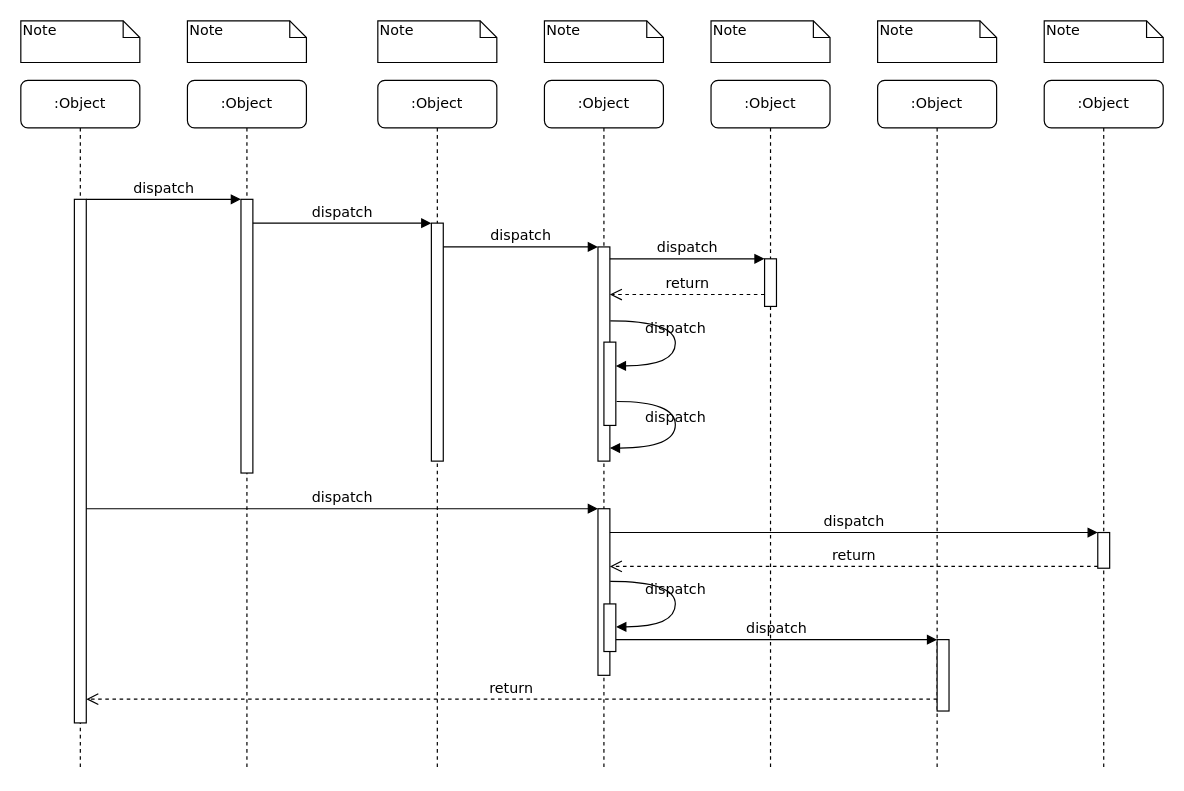
lz111676/Drawing-Bed keeps this draw.io diagram as 未命名绘图.drawio. Above is the earlier version. Source tidied: cells renumbered, new cells numbered last; positions are measured from the earlier drawing's top-left corner, leaving out a move shared by most shapes. Both pictures are drawn from the tidied source at 119%, with x=0, y=0 at pixel (20, 20).
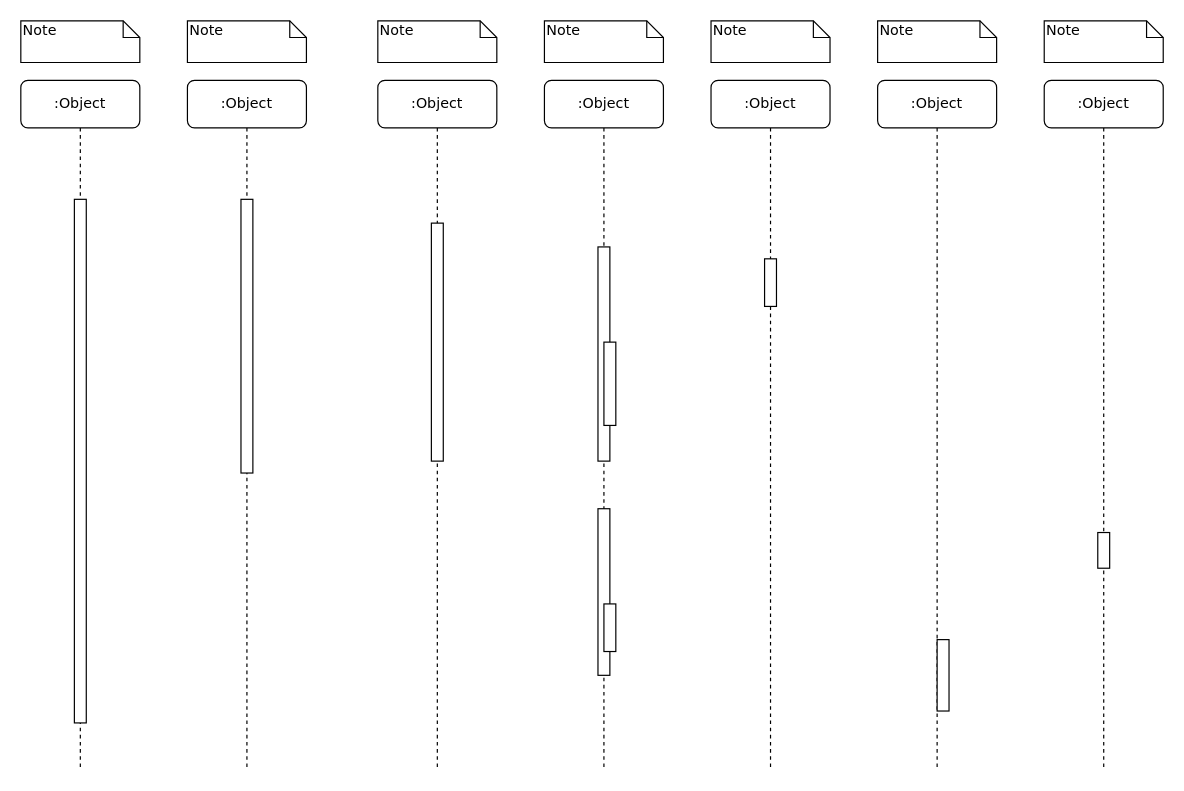
The same diagram, later.

Commit message:
lk加载到kernel阶段时序图.drawio

The change refers to these unchanged cells:
```xml
<mxCell id="3" style="html=1;points=[];perimeter=orthogonalPerimeter;rounded=0;shadow=0;comic=0;labelBackgroundColor=none;strokeWidth=1;fontFamily=Verdana;fontSize=12;align=center;" parent="2" vertex="1">
  <mxGeometry x="45" y="100" width="10" height="230" as="geometry" />
</mxCell>
<mxCell id="5" style="html=1;points=[];perimeter=orthogonalPerimeter;rounded=0;shadow=0;comic=0;labelBackgroundColor=none;strokeWidth=1;fontFamily=Verdana;fontSize=12;align=center;" parent="4" vertex="1">
  <mxGeometry x="45" y="120" width="10" height="200" as="geometry" />
</mxCell>
<mxCell id="11" style="html=1;points=[];perimeter=orthogonalPerimeter;rounded=0;shadow=0;comic=0;labelBackgroundColor=none;strokeWidth=1;fontFamily=Verdana;fontSize=12;align=center;" parent="10" vertex="1">
  <mxGeometry x="45" y="100" width="10" height="440" as="geometry" />
</mxCell>
<mxCell id="12" style="html=1;points=[];perimeter=orthogonalPerimeter;rounded=0;shadow=0;comic=0;labelBackgroundColor=none;strokeWidth=1;fontFamily=Verdana;fontSize=12;align=center;" parent="1" vertex="1">
  <mxGeometry x="485" y="190" width="10" height="180" as="geometry" />
</mxCell>
<mxCell id="14" style="html=1;points=[];perimeter=orthogonalPerimeter;rounded=0;shadow=0;comic=0;labelBackgroundColor=none;strokeWidth=1;fontFamily=Verdana;fontSize=12;align=center;" parent="1" vertex="1">
  <mxGeometry x="625" y="200" width="10" height="40" as="geometry" />
</mxCell>
<mxCell id="17" style="html=1;points=[];perimeter=orthogonalPerimeter;rounded=0;shadow=0;comic=0;labelBackgroundColor=none;strokeWidth=1;fontFamily=Verdana;fontSize=12;align=center;" parent="1" vertex="1">
  <mxGeometry x="485" y="410" width="10" height="140" as="geometry" />
</mxCell>
<mxCell id="19" style="html=1;points=[];perimeter=orthogonalPerimeter;rounded=0;shadow=0;comic=0;labelBackgroundColor=none;strokeColor=#000000;strokeWidth=1;fillColor=#FFFFFF;fontFamily=Verdana;fontSize=12;fontColor=#000000;align=center;" parent="1" vertex="1">
  <mxGeometry x="905" y="430" width="10" height="30" as="geometry" />
</mxCell>
<mxCell id="22" style="html=1;points=[];perimeter=orthogonalPerimeter;rounded=0;shadow=0;comic=0;labelBackgroundColor=none;strokeWidth=1;fontFamily=Verdana;fontSize=12;align=center;" parent="1" vertex="1">
  <mxGeometry x="770" y="520" width="10" height="60" as="geometry" />
</mxCell>
<mxCell id="27" style="html=1;points=[];perimeter=orthogonalPerimeter;rounded=0;shadow=0;comic=0;labelBackgroundColor=none;strokeWidth=1;fontFamily=Verdana;fontSize=12;align=center;" parent="1" vertex="1">
  <mxGeometry x="490" y="270" width="10" height="70" as="geometry" />
</mxCell>
<mxCell id="30" style="html=1;points=[];perimeter=orthogonalPerimeter;rounded=0;shadow=0;comic=0;labelBackgroundColor=none;strokeWidth=1;fontFamily=Verdana;fontSize=12;align=center;" parent="1" vertex="1">
  <mxGeometry x="490" y="490" width="10" height="40" as="geometry" />
</mxCell>
```

Diff of the diagram source:
```diff
@@
-    <mxCell id="13" value="dispatch" style="html=1;verticalAlign=bottom;endArrow=block;labelBackgroundColor=none;fontFamily=Verdana;fontSize=12;edgeStyle=elbowEdgeStyle;elbow=vertical;" parent="1" edge="1" source="5" target="12">
-      <mxGeometry relative="1" as="geometry">
-        <Array as="points">
-          <mxPoint x="360" y="190" />
-        </Array>
-      </mxGeometry>
-    </mxCell>
@@
-    <mxCell id="15" value="dispatch" style="html=1;verticalAlign=bottom;endArrow=block;entryX=0;entryY=0;labelBackgroundColor=none;fontFamily=Verdana;fontSize=12;edgeStyle=elbowEdgeStyle;elbow=vertical;" parent="1" edge="1" source="12" target="14">
-      <mxGeometry relative="1" as="geometry" />
-    </mxCell>
-    <mxCell id="16" value="return" style="html=1;verticalAlign=bottom;endArrow=open;dashed=1;endSize=8;labelBackgroundColor=none;fontFamily=Verdana;fontSize=12;edgeStyle=elbowEdgeStyle;elbow=vertical;" parent="1" edge="1" source="14" target="12">
-      <mxGeometry relative="1" as="geometry">
-        <Array as="points">
-          <mxPoint x="570" y="230" />
-          <mxPoint x="600" y="230" />
-        </Array>
-      </mxGeometry>
-    </mxCell>
@@
-    <mxCell id="18" value="dispatch" style="html=1;verticalAlign=bottom;endArrow=block;entryX=0;entryY=0;labelBackgroundColor=none;fontFamily=Verdana;fontSize=12;" parent="1" edge="1" source="11" target="17">
-      <mxGeometry relative="1" as="geometry" />
-    </mxCell>
@@
-    <mxCell id="20" value="dispatch" style="html=1;verticalAlign=bottom;endArrow=block;entryX=0;entryY=0;labelBackgroundColor=none;fontFamily=Verdana;fontSize=12;" parent="1" edge="1" source="17" target="19">
-      <mxGeometry relative="1" as="geometry" />
-    </mxCell>
-    <mxCell id="21" value="return" style="html=1;verticalAlign=bottom;endArrow=open;dashed=1;endSize=8;exitX=0;exitY=0.95;labelBackgroundColor=none;fontFamily=Verdana;fontSize=12;" parent="1" edge="1" source="19" target="17">
-      <mxGeometry relative="1" as="geometry" />
-    </mxCell>
@@
-    <mxCell id="23" value="dispatch" style="html=1;verticalAlign=bottom;endArrow=block;entryX=0;entryY=0;labelBackgroundColor=none;fontFamily=Verdana;fontSize=12;edgeStyle=elbowEdgeStyle;elbow=vertical;" parent="1" edge="1" source="30" target="22">
-      <mxGeometry relative="1" as="geometry" />
-    </mxCell>
-    <mxCell id="24" value="return" style="html=1;verticalAlign=bottom;endArrow=open;dashed=1;endSize=8;labelBackgroundColor=none;fontFamily=Verdana;fontSize=12;edgeStyle=elbowEdgeStyle;elbow=vertical;" parent="1" edge="1" source="22" target="11">
-      <mxGeometry relative="1" as="geometry">
-        <Array as="points">
-          <mxPoint x="470" y="570" />
-        </Array>
-      </mxGeometry>
-    </mxCell>
-    <mxCell id="25" value="dispatch" style="html=1;verticalAlign=bottom;endArrow=block;entryX=0;entryY=0;labelBackgroundColor=none;fontFamily=Verdana;fontSize=12;edgeStyle=elbowEdgeStyle;elbow=vertical;" parent="1" edge="1" source="11" target="3">
-      <mxGeometry relative="1" as="geometry" />
-    </mxCell>
-    <mxCell id="26" value="dispatch" style="html=1;verticalAlign=bottom;endArrow=block;entryX=0;entryY=0;labelBackgroundColor=none;fontFamily=Verdana;fontSize=12;edgeStyle=elbowEdgeStyle;elbow=vertical;" parent="1" edge="1" source="3" target="5">
-      <mxGeometry relative="1" as="geometry" />
-    </mxCell>
@@
-    <mxCell id="28" value="dispatch" style="html=1;verticalAlign=bottom;endArrow=block;labelBackgroundColor=none;fontFamily=Verdana;fontSize=12;elbow=vertical;edgeStyle=orthogonalEdgeStyle;curved=1;entryX=1;entryY=0.286;entryPerimeter=0;exitX=1.038;exitY=0.345;exitPerimeter=0;" parent="1" edge="1" source="12" target="27">
-      <mxGeometry relative="1" as="geometry">
-        <Array as="points">
-          <mxPoint x="550" y="252" />
-          <mxPoint x="550" y="290" />
-        </Array>
-      </mxGeometry>
-    </mxCell>
-    <mxCell id="29" value="dispatch" style="html=1;verticalAlign=bottom;endArrow=block;labelBackgroundColor=none;fontFamily=Verdana;fontSize=12;elbow=vertical;edgeStyle=orthogonalEdgeStyle;curved=1;exitX=1.066;exitY=0.713;exitPerimeter=0;" parent="1" edge="1" source="27">
-      <mxGeometry relative="1" as="geometry">
-        <mxPoint x="495" y="359" as="targetPoint" />
-        <Array as="points">
-          <mxPoint x="550" y="320" />
-          <mxPoint x="550" y="359" />
-        </Array>
-      </mxGeometry>
-    </mxCell>
@@
-    <mxCell id="31" value="dispatch" style="html=1;verticalAlign=bottom;endArrow=block;labelBackgroundColor=none;fontFamily=Verdana;fontSize=12;elbow=vertical;edgeStyle=orthogonalEdgeStyle;curved=1;entryX=1;entryY=0.286;entryPerimeter=0;exitX=1.038;exitY=0.345;exitPerimeter=0;" parent="1" edge="1">
-      <mxGeometry relative="1" as="geometry">
-        <mxPoint x="495.3" y="471" as="sourcePoint" />
-        <mxPoint x="500.3" y="509.3" as="targetPoint" />
-        <Array as="points">
-          <mxPoint x="550" y="471" />
-          <mxPoint x="550" y="509" />
-        </Array>
-      </mxGeometry>
-    </mxCell>
```
